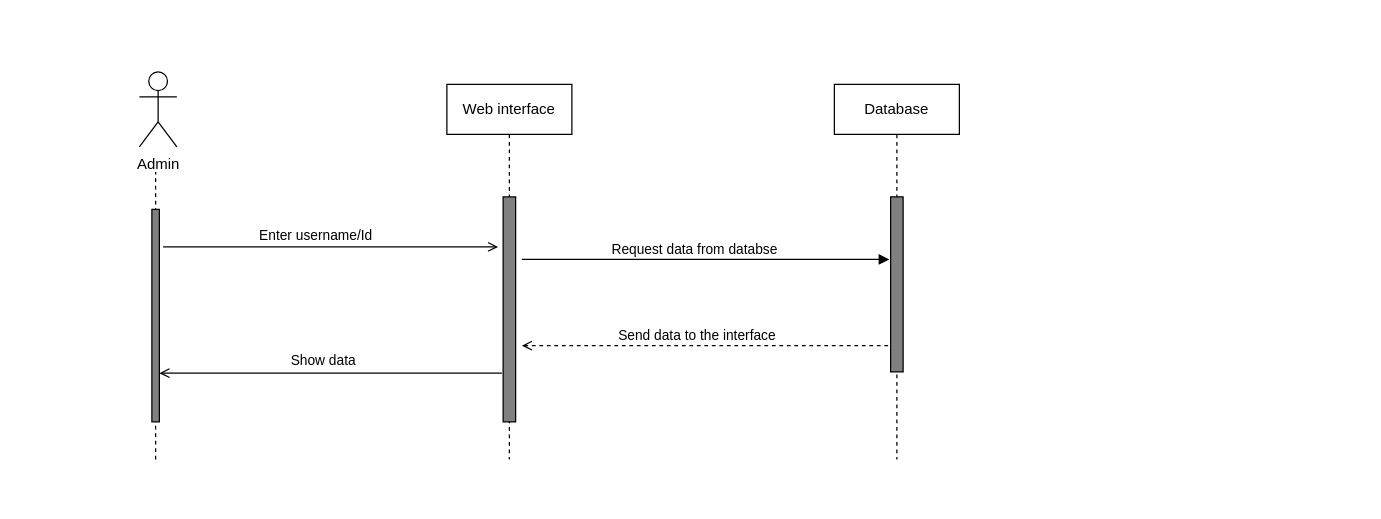
Earlier version of the draw.io diagram page "Page-8" (8 of 13) of Diagram/Sequence Diagram.drawio (AmilaDissanayake/Group_CS21). Source tidied: cells renumbered, new cells numbered last; positions are measured from the earlier drawing's top-left corner, leaving out a move shared by most shapes. Both pictures are drawn from the tidied source at 125%, with x=0, y=0 at pixel (139, 71).
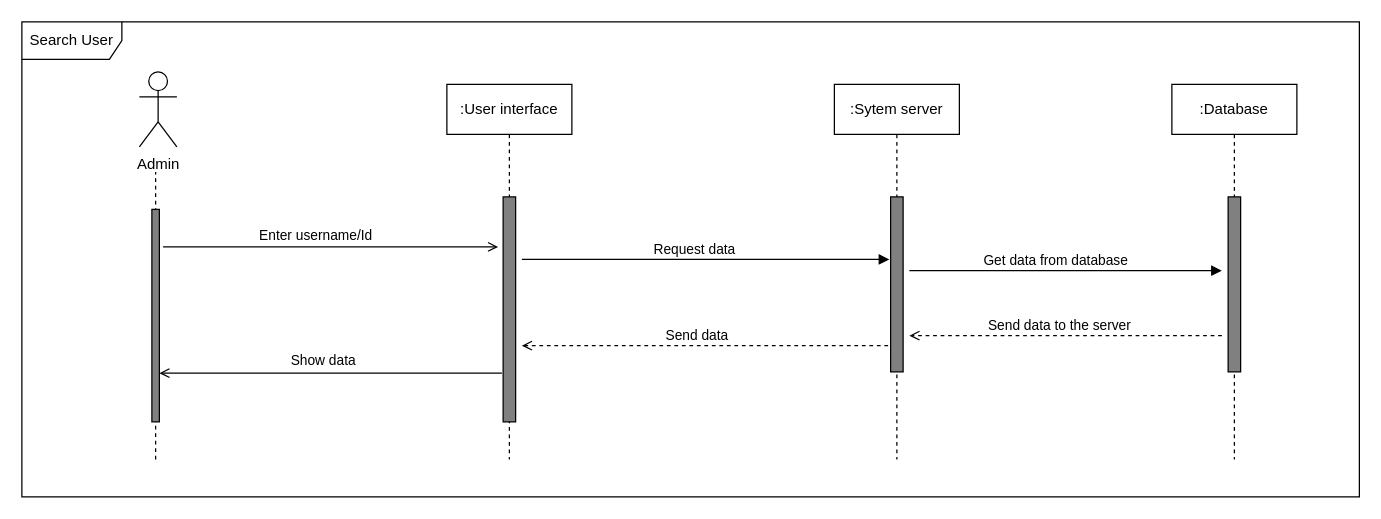
The same page after the edit.

The change refers to these unchanged cells:
```xml
<mxCell id="11" style="html=1;verticalAlign=bottom;labelBackgroundColor=none;endArrow=block;endFill=1;" parent="1" edge="1">
  <mxGeometry relative="1" as="geometry">
    <mxPoint x="306" y="150" as="sourcePoint" />
    <mxPoint x="600" y="150" as="targetPoint" />
  </mxGeometry>
</mxCell>
<mxCell id="13" style="html=1;verticalAlign=bottom;labelBackgroundColor=none;endArrow=open;endFill=0;dashed=1;" parent="1" edge="1">
  <mxGeometry relative="1" as="geometry">
    <mxPoint x="599" y="219" as="sourcePoint" />
    <mxPoint x="306" y="219" as="targetPoint" />
  </mxGeometry>
</mxCell>
```

What changed in the source:
```diff
@@
-    <mxCell id="5" value="Web interface" style="shape=umlLifeline;perimeter=lifelinePerimeter;whiteSpace=wrap;html=1;" parent="1" vertex="1">
+    <mxCell id="5" value=":User interface" style="shape=umlLifeline;perimeter=lifelinePerimeter;whiteSpace=wrap;html=1;" parent="1" vertex="1">
       <mxGeometry x="246" y="10" width="100" height="300" as="geometry" />
     </mxCell>
@@
-    <mxCell id="7" value="Database" style="shape=umlLifeline;perimeter=lifelinePerimeter;whiteSpace=wrap;html=1;" parent="1" vertex="1">
+    <mxCell id="7" value=":Sytem server" style="shape=umlLifeline;perimeter=lifelinePerimeter;whiteSpace=wrap;html=1;" parent="1" vertex="1">
       <mxGeometry x="556" y="10" width="100" height="300" as="geometry" />
     </mxCell>
@@
-    <mxCell id="12" value="Request data from databse" style="edgeLabel;html=1;align=center;verticalAlign=middle;" parent="11" vertex="1">
+    <mxCell id="12" value="Request data" style="edgeLabel;html=1;align=center;verticalAlign=middle;" parent="11" vertex="1">
       <mxGeometry x="-0.07" y="5" relative="1" as="geometry">
         <mxPoint y="-4" as="offset" />
       </mxGeometry>
     </mxCell>
@@
-    <mxCell id="14" value="Send data to the interface" style="edgeLabel;html=1;align=center;verticalAlign=middle;" parent="13" vertex="1">
+    <mxCell id="14" value="Send data" style="edgeLabel;html=1;align=center;verticalAlign=middle;" parent="13" vertex="1">
       <mxGeometry x="0.07" y="-2" relative="1" as="geometry">
         <mxPoint x="3" y="-7" as="offset" />
       </mxGeometry>
     </mxCell>
@@
+    <mxCell id="17" value=":Database" style="shape=umlLifeline;perimeter=lifelinePerimeter;whiteSpace=wrap;html=1;" parent="1" vertex="1">
+      <mxGeometry x="826" y="10" width="100" height="300" as="geometry" />
+    </mxCell>
+    <mxCell id="18" style="html=1;perimeter=orthogonalPerimeter;fillColor=#808080;" parent="17" vertex="1">
+      <mxGeometry x="45" y="90" width="10" height="140" as="geometry" />
+    </mxCell>
+    <mxCell id="19" style="html=1;verticalAlign=bottom;labelBackgroundColor=none;endArrow=block;endFill=1;" parent="1" edge="1">
+      <mxGeometry relative="1" as="geometry">
+        <mxPoint x="616" y="159" as="sourcePoint" />
+        <mxPoint x="866" y="159" as="targetPoint" />
+      </mxGeometry>
+    </mxCell>
+    <mxCell id="20" value="Get data from database" style="edgeLabel;html=1;align=center;verticalAlign=middle;" parent="19" vertex="1">
+      <mxGeometry x="-0.07" y="5" relative="1" as="geometry">
+        <mxPoint y="-4" as="offset" />
+      </mxGeometry>
+    </mxCell>
+    <mxCell id="21" style="html=1;verticalAlign=bottom;labelBackgroundColor=none;endArrow=open;endFill=0;dashed=1;" parent="1" edge="1">
+      <mxGeometry relative="1" as="geometry">
+        <mxPoint x="866" y="211" as="sourcePoint" />
+        <mxPoint x="616" y="211" as="targetPoint" />
+      </mxGeometry>
+    </mxCell>
+    <mxCell id="22" value="Send data to the server" style="edgeLabel;html=1;align=center;verticalAlign=middle;" parent="21" vertex="1">
+      <mxGeometry x="0.07" y="-2" relative="1" as="geometry">
+        <mxPoint x="3" y="-7" as="offset" />
+      </mxGeometry>
+    </mxCell>
+    <mxCell id="23" value="Search User" style="shape=umlFrame;whiteSpace=wrap;html=1;width=80;height=30;" parent="1" vertex="1">
+      <mxGeometry x="-94" y="-40" width="1070" height="380" as="geometry" />
+    </mxCell>
```
